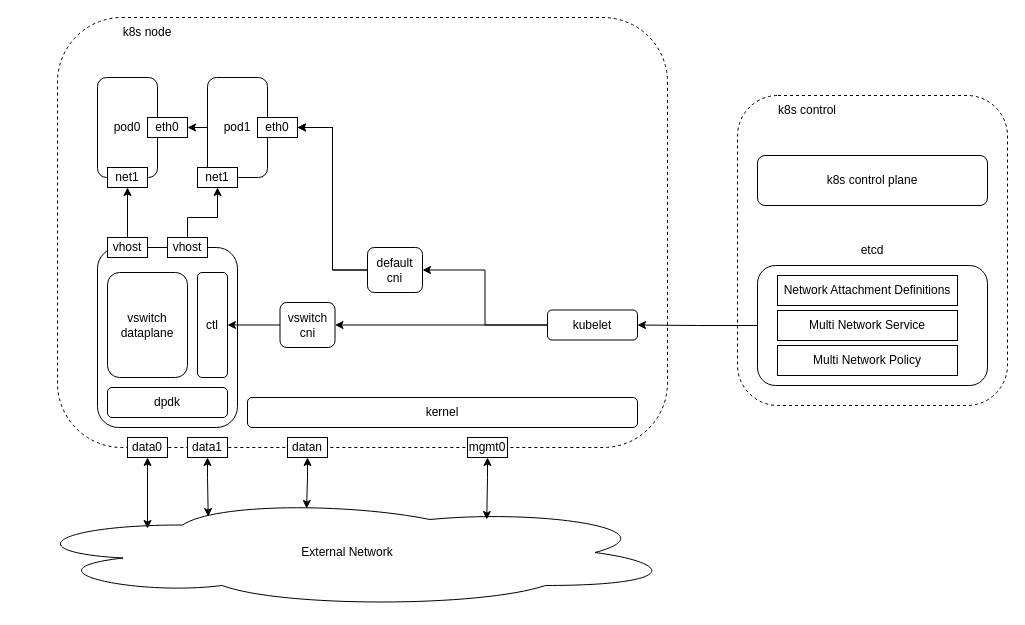
The draw.io diagram vswitch-controller.drawio in sriramy/drawio, before the edit. Source tidied: cells renumbered, new cells numbered last; positions are measured from the earlier drawing's top-left corner, leaving out a move shared by most shapes. Both pictures are drawn from the tidied source at 100%, with x=0, y=0 at pixel (17, 17).
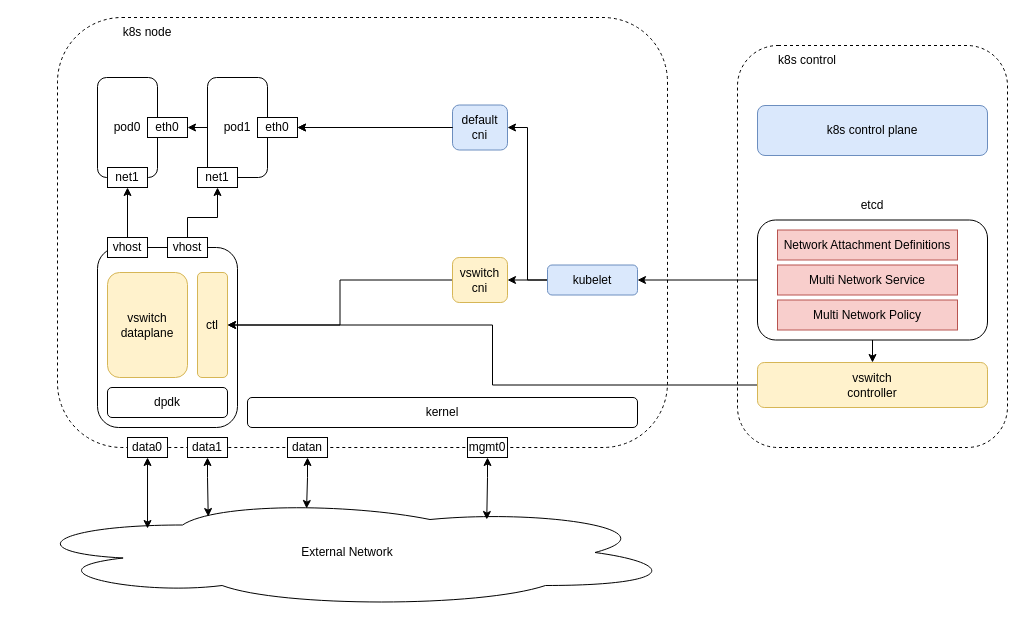
After the change.

The edit, as a diff of the source:
```diff
@@
     <mxCell id="3" style="rounded=1;whiteSpace=wrap;html=1;dashed=1;" parent="1" vertex="1">
-      <mxGeometry x="720" y="78" width="270" height="310" as="geometry" />
+      <mxGeometry x="720" y="28" width="270" height="402" as="geometry" />
     </mxCell>
@@
-    <mxCell id="12" value="vswitch&lt;br&gt;dataplane" style="rounded=1;whiteSpace=wrap;html=1;" parent="1" vertex="1">
+    <mxCell id="12" value="vswitch&lt;br&gt;dataplane" style="rounded=1;whiteSpace=wrap;html=1;fillColor=#fff2cc;strokeColor=#d6b656;" parent="1" vertex="1">
       <mxGeometry x="90" y="255" width="80" height="105" as="geometry" />
     </mxCell>
@@
-    <mxCell id="14" value="vswitch&lt;br&gt;cni" style="rounded=1;whiteSpace=wrap;html=1;" parent="1" vertex="1">
-      <mxGeometry x="262.5" y="285" width="55" height="45" as="geometry" />
+    <mxCell id="14" value="vswitch&lt;br&gt;cni" style="rounded=1;whiteSpace=wrap;html=1;fillColor=#fff2cc;strokeColor=#d6b656;" parent="1" vertex="1">
+      <mxGeometry x="435" y="240" width="55" height="45" as="geometry" />
     </mxCell>
@@
-    <mxCell id="17" value="kubelet" style="rounded=1;whiteSpace=wrap;html=1;" parent="1" vertex="1">
-      <mxGeometry x="530" y="292.5" width="90" height="30" as="geometry" />
+    <mxCell id="17" value="kubelet" style="rounded=1;whiteSpace=wrap;html=1;fillColor=#dae8fc;strokeColor=#6c8ebf;" parent="1" vertex="1">
+      <mxGeometry x="530" y="247.5" width="90" height="30" as="geometry" />
     </mxCell>
@@
     <mxCell id="19" value="k8s control" style="text;html=1;strokeColor=none;fillColor=none;align=center;verticalAlign=middle;whiteSpace=wrap;rounded=0;" parent="1" vertex="1">
-      <mxGeometry x="755" y="78" width="70" height="30" as="geometry" />
+      <mxGeometry x="755" y="28" width="70" height="30" as="geometry" />
     </mxCell>
-    <mxCell id="20" value="k8s control plane" style="rounded=1;whiteSpace=wrap;html=1;" parent="1" vertex="1">
-      <mxGeometry x="740" y="138" width="230" height="50" as="geometry" />
+    <mxCell id="20" value="k8s control plane" style="rounded=1;whiteSpace=wrap;html=1;fillColor=#dae8fc;strokeColor=#6c8ebf;" parent="1" vertex="1">
+      <mxGeometry x="740" y="88" width="230" height="50" as="geometry" />
     </mxCell>
+    <mxCell id="46" style="edgeStyle=orthogonalEdgeStyle;rounded=0;jettySize=auto;html=1;entryX=0.5;entryY=0;entryDx=0;entryDy=0;" parent="1" edge="1" source="21" target="48">
+      <mxGeometry relative="1" as="geometry" />
+    </mxCell>
     <mxCell id="21" style="rounded=1;whiteSpace=wrap;html=1;" parent="1" vertex="1">
-      <mxGeometry x="740" y="248" width="230" height="120" as="geometry" />
+      <mxGeometry x="740" y="202.5" width="230" height="120" as="geometry" />
     </mxCell>
@@
-    <mxCell id="23" value="ctl" style="rounded=1;whiteSpace=wrap;html=1;" parent="1" vertex="1">
+    <mxCell id="23" value="ctl" style="rounded=1;whiteSpace=wrap;html=1;fillColor=#fff2cc;strokeColor=#d6b656;" parent="1" vertex="1">
       <mxGeometry x="180" y="255" width="30" height="105" as="geometry" />
     </mxCell>
@@
-    <mxCell id="31" value="default&lt;br&gt;cni" style="rounded=1;whiteSpace=wrap;html=1;" parent="1" vertex="1">
-      <mxGeometry x="350" y="230" width="55" height="45" as="geometry" />
+    <mxCell id="31" value="default&lt;br&gt;cni" style="rounded=1;whiteSpace=wrap;html=1;fillColor=#dae8fc;strokeColor=#6c8ebf;" parent="1" vertex="1">
+      <mxGeometry x="435" y="87.5" width="55" height="45" as="geometry" />
     </mxCell>
@@
     <mxCell id="37" value="etcd" style="text;html=1;strokeColor=none;fillColor=none;align=center;verticalAlign=middle;whiteSpace=wrap;rounded=0;" parent="1" vertex="1">
-      <mxGeometry x="825" y="218" width="60" height="30" as="geometry" />
+      <mxGeometry x="825" y="172.5" width="60" height="30" as="geometry" />
     </mxCell>
-    <mxCell id="38" value="Multi Network Policy" style="rounded=0;whiteSpace=wrap;html=1;" parent="1" vertex="1">
-      <mxGeometry x="760" y="328" width="180" height="30" as="geometry" />
+    <mxCell id="38" value="Multi Network Policy" style="rounded=0;whiteSpace=wrap;html=1;fillColor=#f8cecc;strokeColor=#b85450;" parent="1" vertex="1">
+      <mxGeometry x="760" y="282.5" width="180" height="30" as="geometry" />
     </mxCell>
@@
-    <mxCell id="40" value="Network Attachment Definitions" style="rounded=0;whiteSpace=wrap;html=1;" parent="1" vertex="1">
-      <mxGeometry x="760" y="258" width="180" height="30" as="geometry" />
+    <mxCell id="40" value="Network Attachment Definitions" style="rounded=0;whiteSpace=wrap;html=1;fillColor=#f8cecc;strokeColor=#b85450;" parent="1" vertex="1">
+      <mxGeometry x="760" y="212.5" width="180" height="30" as="geometry" />
     </mxCell>
-    <mxCell id="41" value="Multi Network Service" style="rounded=0;whiteSpace=wrap;html=1;" parent="1" vertex="1">
-      <mxGeometry x="760" y="293" width="180" height="30" as="geometry" />
+    <mxCell id="41" value="Multi Network Service" style="rounded=0;whiteSpace=wrap;html=1;fillColor=#f8cecc;strokeColor=#b85450;" parent="1" vertex="1">
+      <mxGeometry x="760" y="247.5" width="180" height="30" as="geometry" />
     </mxCell>
@@
+    <mxCell id="47" style="edgeStyle=orthogonalEdgeStyle;rounded=0;jettySize=auto;html=1;entryX=1;entryY=0.5;entryDx=0;entryDy=0;" parent="1" edge="1" source="48" target="23">
+      <mxGeometry relative="1" as="geometry" />
+    </mxCell>
+    <mxCell id="48" value="vswitch&lt;br&gt;controller" style="rounded=1;whiteSpace=wrap;html=1;fillColor=#fff2cc;strokeColor=#d6b656;" parent="1" vertex="1">
+      <mxGeometry x="740" y="345" width="230" height="45" as="geometry" />
+    </mxCell>
```
